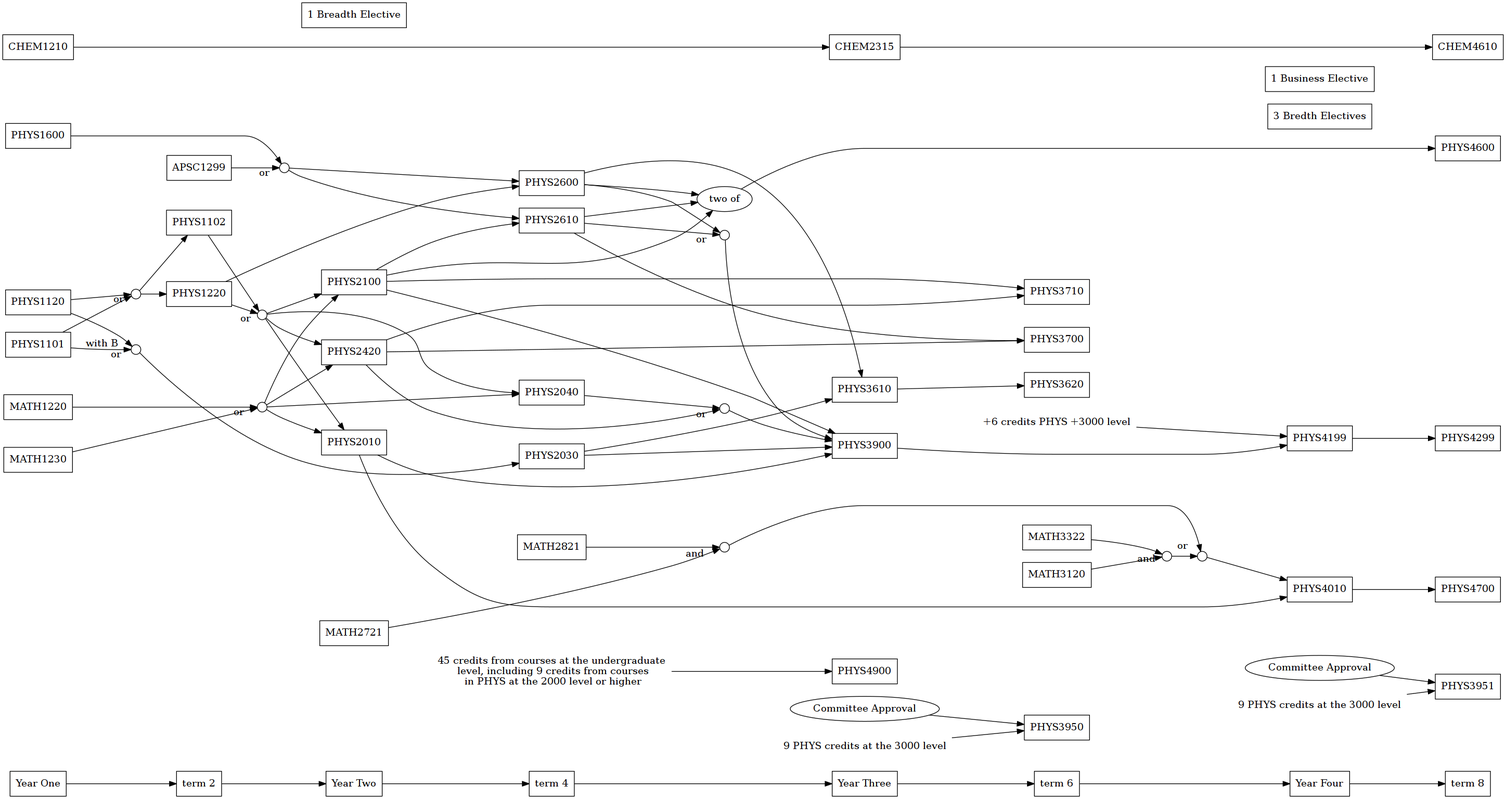
danpeirce/course-chart keeps this Graphviz diagram as pmt.png. Above is the earlier version. Its source is kept beside it as pmt.gv.
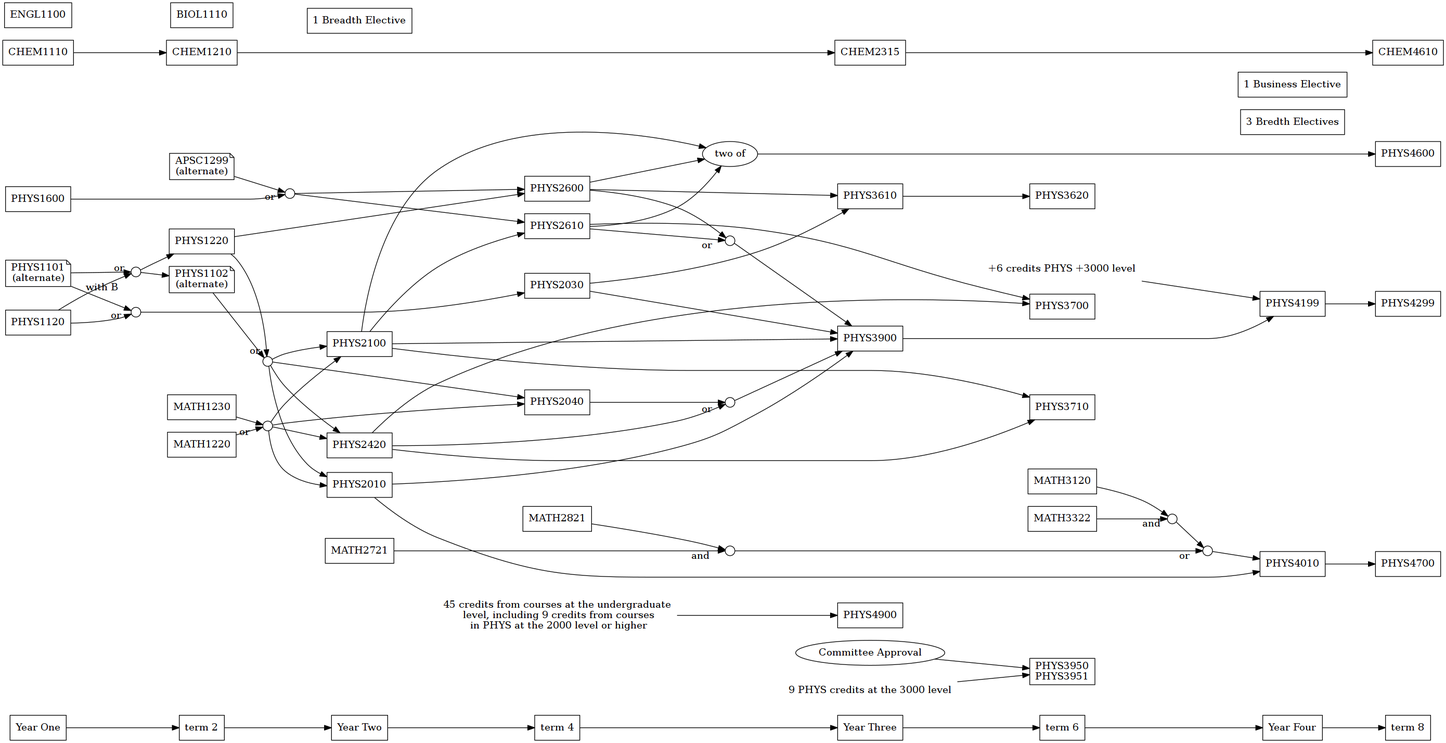
After the commit.

Commit message:
Added 1st year courses

Diff of the diagram source:
```diff
@@ -13,12 +13,9 @@
     yearfour [label="Year Four"];
     y4t2 [label="term 8"];
 
-    PHYS3950;
+    PHYS3950 [label=<PHYS3950<br />PHYS3951>];
     phys1appr [label="Committee Approval", shape=oval];
     phys1c9 [label="9 PHYS credits at the 3000 level", shape= none];
-    PHYS3951;
-    phys2appr [label="Committee Approval", shape=oval];
-    phys2c9 [label="9 PHYS credits at the 3000 level", shape= none];
     PHYS4900;
     p4900 [label=<45 credits from courses at the undergraduate<br /> level, including 9 credits from courses<br /> in PHYS at the 2000 level or higher>, shape=none];
     PHYS4700;
@@ -56,11 +53,11 @@
 
     PHYS1220;
     PHYS1120;
-    PHYS1101;
-    PHYS1102;
+    PHYS1101 [label=<PHYS1101<br />(alternate)>, shape=note];
+    PHYS1102 [label=<PHYS1102<br />(alternate)>, shape=note];
     ch1220 [label="", shape=circle, height=0.2]; //or
     PHYS1600;
-    APSC1299;
+    APSC1299 [label=<APSC1299<br />(alternate)>, shape=note];
     ch1299 [label="", shape=circle, height=0.2]; //or
 
     MATH1220;
@@ -74,15 +71,15 @@
     oboth4010 [label="", shape=circle, height=0.2]; //and
     chm2100 [label="", shape=circle, height=0.2]; //or
 
-
+    BIOL1110;
+    CHEM1110;
+    ENGL1100;
 
     yearone  -> y1t2 -> yeartwo -> y2t2 ->  yearthree -> y3t2  -> yearfour -> y4t2  ;
     PHYS2010 -> PHYS4010 -> PHYS4700   ;
     p4900 -> PHYS4900;
     phys1appr -> PHYS3950;
     phys1c9 -> PHYS3950;
-    phys2appr -> PHYS3951;
-    phys2c9 -> PHYS3951;
     CHEM1210 -> CHEM2315 -> CHEM4610  ;
     ch4010 -> PHYS4010  ;
     both4010 -> ch4010  [headlabel="or    "];
@@ -140,17 +137,18 @@
     PHYS2420 -> PHYS3700  ;
     PHYS2610 -> PHYS3700  ;
     PHYS2420 -> PHYS3710  ;
+    CHEM1110 -> CHEM1210  ;
     { rank=same; yearfour, PHYS4010, PHYS4199, breadthE, businessE };
     { rank=same; yeartwo, PHYS2010, PHYS2420, MATH2721, breadthE2nd };
     { rank=same; y2t2, PHYS2030, PHYS2040, MATH2821, p4900 };
-    { rank=same; y4t2, PHYS4600, PHYS4299, CHEM4610, PHYS3951 };
+    { rank=same; y4t2, PHYS4600, PHYS4299, CHEM4610 };
     { rank=same; yearthree, PHYS3900, PHYS3610,  CHEM2315, PHYS4900 };
     { rank=same; y3t2, PHYS3710, PHYS3700, PHYS3620, MATH3120, MATH3322, PHYS3950, ch3900 };
     { rank=same; yeartwo, PHYS2100};
     { rank=same; y2t2, PHYS2600};
     { rank=same; y2t2, PHYS2610};
-    { rank=same; yearone, PHYS1600, PHYS1101, PHYS1120, MATH1220, MATH1230};
-    { rank=same; yearone, CHEM1210};
-    { rank=same; y1t2, PHYS1220, APSC1299, PHYS1102 };
+    { rank=same; yearone, PHYS1600, PHYS1101, PHYS1120};
+    { rank=same; yearone, CHEM1110, ENGL1100};
+    { rank=same; y1t2, BIOL1110, PHYS1220, APSC1299, PHYS1102, CHEM1210, MATH1220, MATH1230 };
 
 }
```
